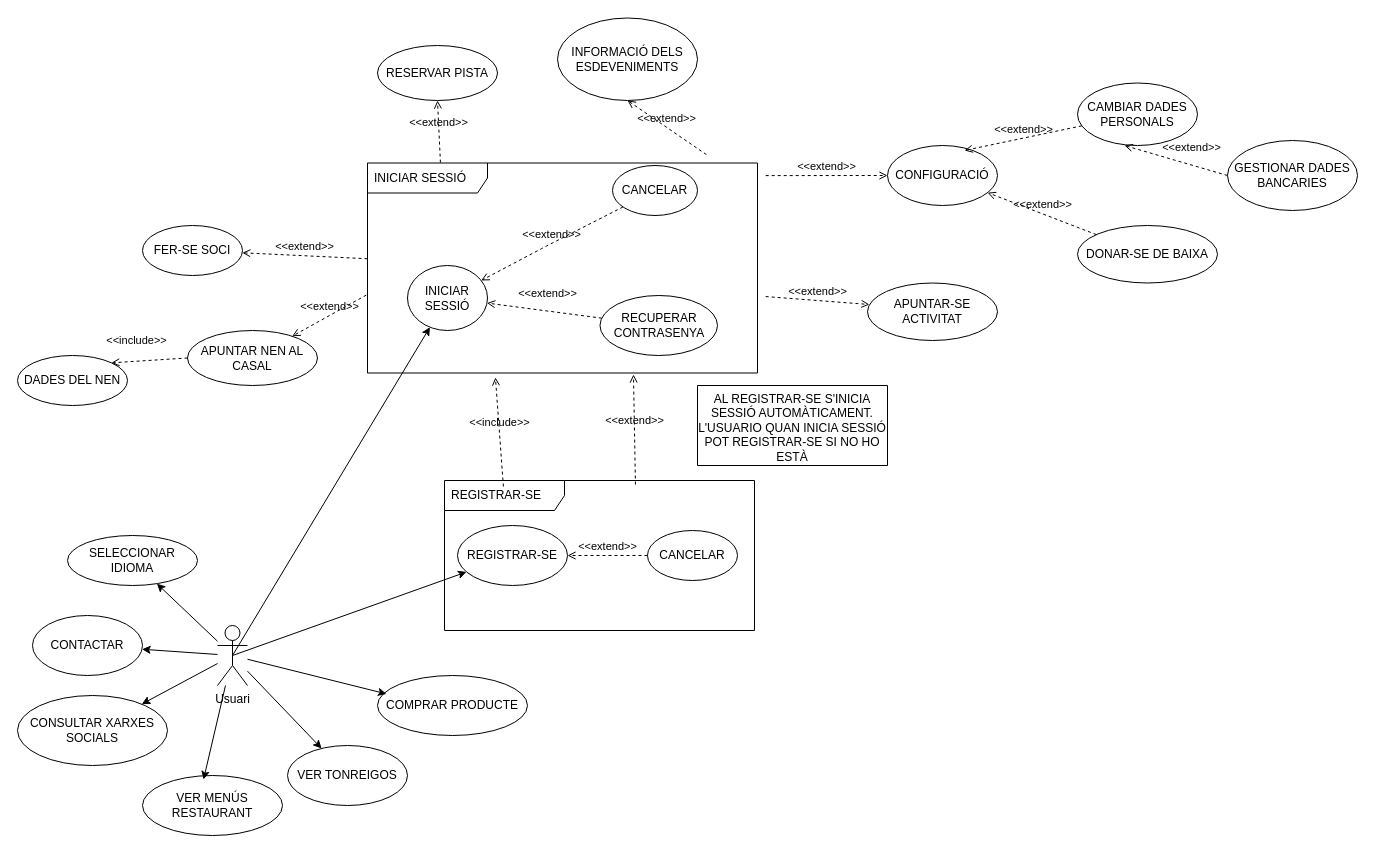
Above: Diagramas/CasosUs/casusUsuari.drawio in alarasapa/projecteFinalCurs (draw.io), before the change. Source tidied: cells renumbered, new cells numbered last; positions are measured from the earlier drawing's top-left corner, leaving out a move shared by most shapes. Both pictures are drawn from the tidied source at 100%, with x=0, y=0 at pixel (17, 17).
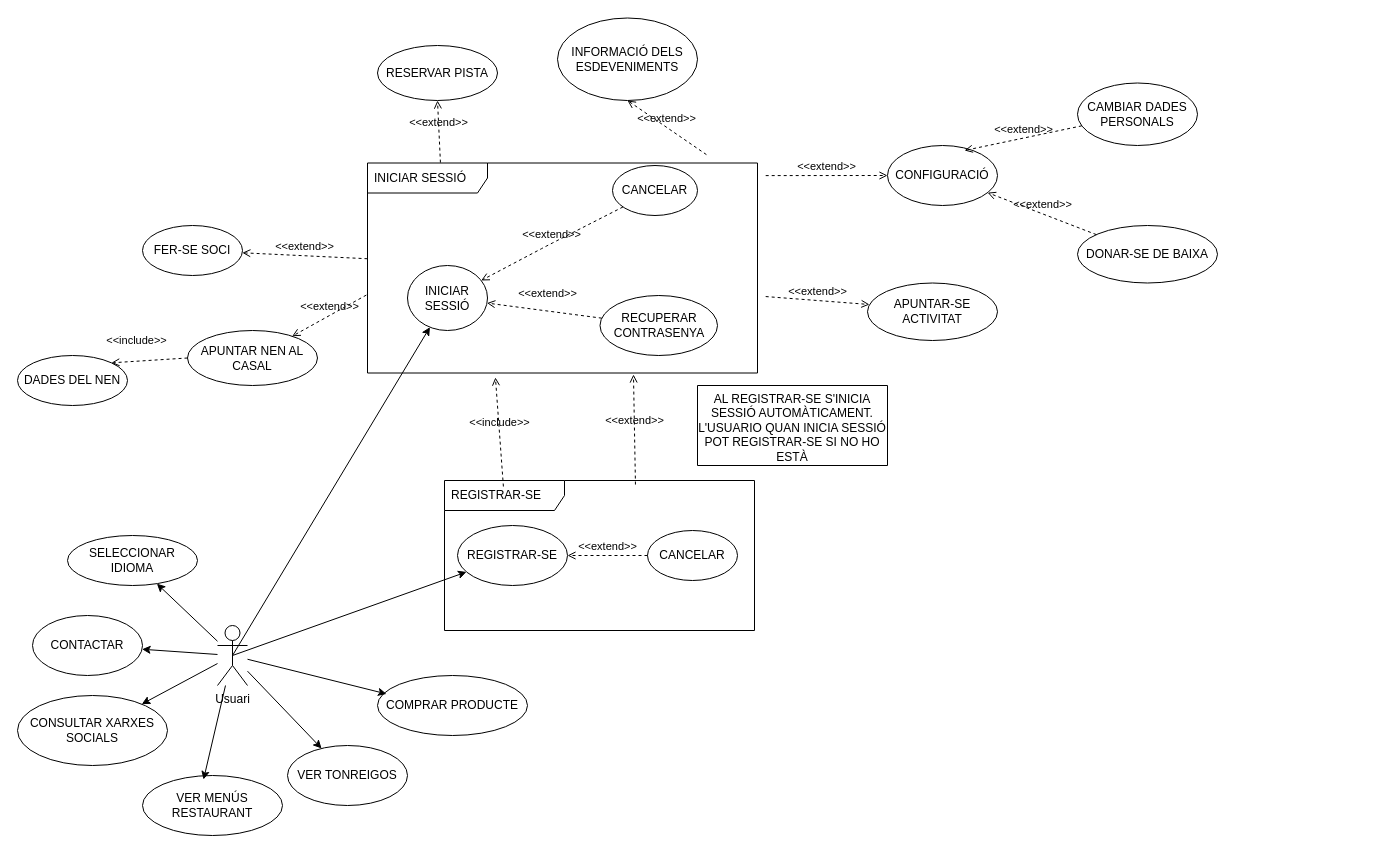
Above is the later version.

Commit message (it also covers changes not shown here):
Actualitzacio dels diagramas

Unchanged cells that the change refers to:
```xml
<mxCell id="32" value="CAMBIAR DADES PERSONALS" style="ellipse;whiteSpace=wrap;html=1;" parent="1" vertex="1">
  <mxGeometry x="1060" y="65.5" width="120" height="62.5" as="geometry" />
</mxCell>
```

The edit, as a diff of the source:
```diff
@@
-    <mxCell id="33" value="GESTIONAR DADES BANCARIES" style="ellipse;whiteSpace=wrap;html=1;" parent="1" vertex="1">
-      <mxGeometry x="1210" y="123" width="130" height="70" as="geometry" />
-    </mxCell>
@@
-    <mxCell id="35" value="&amp;lt;&amp;lt;extend&amp;gt;&amp;gt;" style="html=1;verticalAlign=bottom;labelBackgroundColor=none;endArrow=open;endFill=0;dashed=1;entryX=0.392;entryY=1;entryDx=0;entryDy=0;exitX=0;exitY=0.5;exitDx=0;exitDy=0;entryPerimeter=0;" parent="1" edge="1" source="33" target="32">
-      <mxGeometry x="-0.26" y="-8" relative="1" as="geometry" />
-    </mxCell>
```
